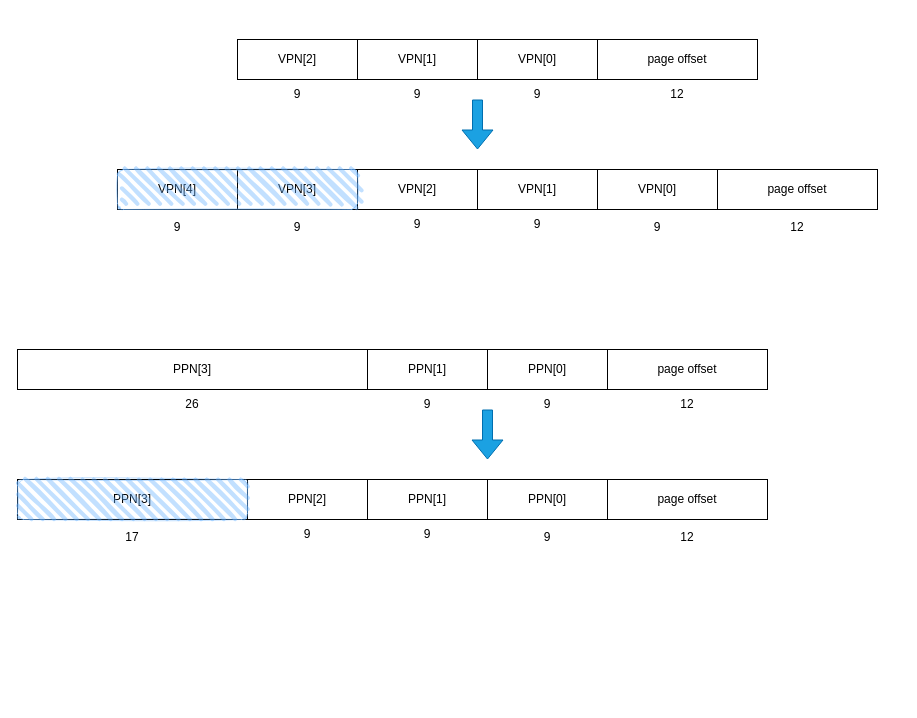
Earlier version of the draw.io diagram address.drawio (Ziyue-Zhang/virt-mem-drawing). Source tidied: cells renumbered, new cells numbered last; positions are measured from the earlier drawing's top-left corner, leaving out a move shared by most shapes. Both pictures are drawn from the tidied source at 100%, with x=0, y=0 at pixel (17, 39).
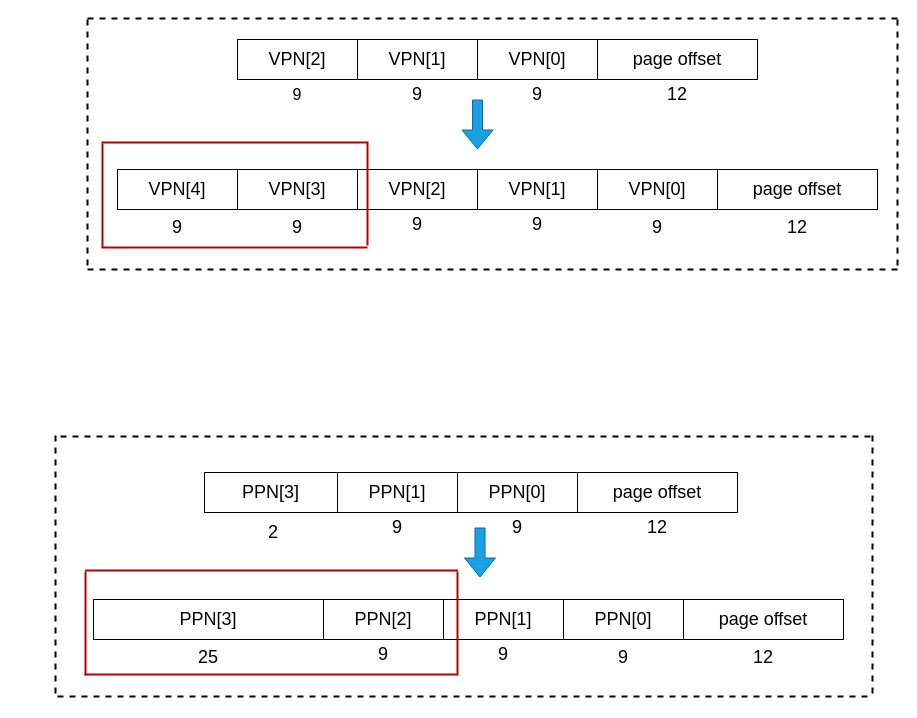
Above is the later version.

What changed in the source:
```diff
@@
-    <mxCell id="2" value="&lt;span&gt;VPN[2]&lt;/span&gt;" style="rounded=0;whiteSpace=wrap;html=1;" parent="1" vertex="1">
+    <mxCell id="2" value="&lt;span&gt;&lt;font style=&quot;font-size: 18px&quot;&gt;VPN[2]&lt;/font&gt;&lt;/span&gt;" style="rounded=0;whiteSpace=wrap;html=1;" parent="1" vertex="1">
       <mxGeometry x="220" width="120" height="40" as="geometry" />
     </mxCell>
-    <mxCell id="3" value="&lt;span&gt;VPN[1]&lt;/span&gt;" style="rounded=0;whiteSpace=wrap;html=1;" parent="1" vertex="1">
+    <mxCell id="3" value="&lt;span&gt;&lt;font style=&quot;font-size: 18px&quot;&gt;VPN[1]&lt;/font&gt;&lt;/span&gt;" style="rounded=0;whiteSpace=wrap;html=1;" parent="1" vertex="1">
       <mxGeometry x="340" width="120" height="40" as="geometry" />
     </mxCell>
-    <mxCell id="4" value="VPN[0]" style="rounded=0;whiteSpace=wrap;html=1;" parent="1" vertex="1">
+    <mxCell id="4" value="&lt;font style=&quot;font-size: 18px&quot;&gt;VPN[0]&lt;/font&gt;" style="rounded=0;whiteSpace=wrap;html=1;" parent="1" vertex="1">
       <mxGeometry x="460" width="120" height="40" as="geometry" />
     </mxCell>
-    <mxCell id="5" value="page offset" style="rounded=0;whiteSpace=wrap;html=1;" parent="1" vertex="1">
+    <mxCell id="5" value="&lt;font style=&quot;font-size: 18px&quot;&gt;page offset&lt;/font&gt;" style="rounded=0;whiteSpace=wrap;html=1;" parent="1" vertex="1">
       <mxGeometry x="580" width="160" height="40" as="geometry" />
     </mxCell>
-    <mxCell id="6" value="&lt;span&gt;VPN[4]&lt;/span&gt;" style="rounded=0;whiteSpace=wrap;html=1;" parent="1" vertex="1">
+    <mxCell id="6" value="&lt;span&gt;&lt;font style=&quot;font-size: 18px&quot;&gt;VPN[4]&lt;/font&gt;&lt;/span&gt;" style="rounded=0;whiteSpace=wrap;html=1;" parent="1" vertex="1">
       <mxGeometry x="100" y="130" width="120" height="40" as="geometry" />
     </mxCell>
-    <mxCell id="7" value="&lt;span&gt;VPN[3]&lt;/span&gt;" style="rounded=0;whiteSpace=wrap;html=1;" parent="1" vertex="1">
+    <mxCell id="7" value="&lt;span&gt;&lt;font style=&quot;font-size: 18px&quot;&gt;VPN[3]&lt;/font&gt;&lt;/span&gt;" style="rounded=0;whiteSpace=wrap;html=1;" parent="1" vertex="1">
       <mxGeometry x="220" y="130" width="120" height="40" as="geometry" />
     </mxCell>
-    <mxCell id="8" value="&lt;span&gt;VPN[2]&lt;/span&gt;" style="rounded=0;whiteSpace=wrap;html=1;" parent="1" vertex="1">
+    <mxCell id="8" value="&lt;span&gt;&lt;font style=&quot;font-size: 18px&quot;&gt;VPN[2]&lt;/font&gt;&lt;/span&gt;" style="rounded=0;whiteSpace=wrap;html=1;" parent="1" vertex="1">
       <mxGeometry x="340" y="130" width="120" height="40" as="geometry" />
     </mxCell>
-    <mxCell id="9" value="&lt;span&gt;VPN[1]&lt;/span&gt;" style="rounded=0;whiteSpace=wrap;html=1;" parent="1" vertex="1">
+    <mxCell id="9" value="&lt;span&gt;&lt;font style=&quot;font-size: 18px&quot;&gt;VPN[1]&lt;/font&gt;&lt;/span&gt;" style="rounded=0;whiteSpace=wrap;html=1;" parent="1" vertex="1">
       <mxGeometry x="460" y="130" width="120" height="40" as="geometry" />
     </mxCell>
-    <mxCell id="10" value="&lt;span&gt;VPN[0]&lt;/span&gt;" style="rounded=0;whiteSpace=wrap;html=1;" parent="1" vertex="1">
+    <mxCell id="10" value="&lt;span&gt;&lt;font style=&quot;font-size: 18px&quot;&gt;VPN[0]&lt;/font&gt;&lt;/span&gt;" style="rounded=0;whiteSpace=wrap;html=1;" parent="1" vertex="1">
       <mxGeometry x="580" y="130" width="120" height="40" as="geometry" />
     </mxCell>
-    <mxCell id="11" value="&lt;span&gt;page offset&lt;/span&gt;" style="rounded=0;whiteSpace=wrap;html=1;" parent="1" vertex="1">
+    <mxCell id="11" value="&lt;span&gt;&lt;font style=&quot;font-size: 18px&quot;&gt;page offset&lt;/font&gt;&lt;/span&gt;" style="rounded=0;whiteSpace=wrap;html=1;" parent="1" vertex="1">
       <mxGeometry x="700" y="130" width="160" height="40" as="geometry" />
     </mxCell>
@@
-    <mxCell id="13" style="rounded=1;whiteSpace=wrap;html=1;strokeWidth=1;fillWeight=4;hachureGap=8;hachureAngle=45;sketch=1;fontColor=#ffffff;opacity=40;strokeColor=#66B2FF;fillColor=#66B2FF;" parent="1" vertex="1">
-      <mxGeometry x="100" y="130" width="240" height="40" as="geometry" />
-    </mxCell>
-    <mxCell id="14" value="9" style="text;html=1;strokeColor=none;fillColor=none;align=center;verticalAlign=middle;whiteSpace=wrap;rounded=0;opacity=40;" parent="1" vertex="1">
+    <mxCell id="14" value="&lt;font style=&quot;font-size: 16px&quot;&gt;9&lt;/font&gt;" style="text;html=1;strokeColor=none;fillColor=none;align=center;verticalAlign=middle;whiteSpace=wrap;rounded=0;opacity=40;" parent="1" vertex="1">
       <mxGeometry x="260" y="45" width="40" height="20" as="geometry" />
     </mxCell>
-    <mxCell id="15" value="9" style="text;html=1;strokeColor=none;fillColor=none;align=center;verticalAlign=middle;whiteSpace=wrap;rounded=0;opacity=40;" parent="1" vertex="1">
+    <mxCell id="15" value="&lt;font style=&quot;font-size: 18px&quot;&gt;9&lt;/font&gt;" style="text;html=1;strokeColor=none;fillColor=none;align=center;verticalAlign=middle;whiteSpace=wrap;rounded=0;opacity=40;" parent="1" vertex="1">
       <mxGeometry x="380" y="45" width="40" height="20" as="geometry" />
     </mxCell>
-    <mxCell id="16" value="9" style="text;html=1;strokeColor=none;fillColor=none;align=center;verticalAlign=middle;whiteSpace=wrap;rounded=0;opacity=40;" parent="1" vertex="1">
+    <mxCell id="16" value="&lt;font style=&quot;font-size: 18px&quot;&gt;9&lt;/font&gt;" style="text;html=1;strokeColor=none;fillColor=none;align=center;verticalAlign=middle;whiteSpace=wrap;rounded=0;opacity=40;" parent="1" vertex="1">
       <mxGeometry x="140" y="178" width="40" height="20" as="geometry" />
     </mxCell>
-    <mxCell id="17" value="9" style="text;html=1;strokeColor=none;fillColor=none;align=center;verticalAlign=middle;whiteSpace=wrap;rounded=0;opacity=40;" parent="1" vertex="1">
+    <mxCell id="17" value="&lt;font style=&quot;font-size: 18px&quot;&gt;9&lt;/font&gt;" style="text;html=1;strokeColor=none;fillColor=none;align=center;verticalAlign=middle;whiteSpace=wrap;rounded=0;opacity=40;" parent="1" vertex="1">
       <mxGeometry x="260" y="178" width="40" height="20" as="geometry" />
     </mxCell>
-    <mxCell id="18" value="9" style="text;html=1;strokeColor=none;fillColor=none;align=center;verticalAlign=middle;whiteSpace=wrap;rounded=0;opacity=40;" parent="1" vertex="1">
+    <mxCell id="18" value="&lt;font style=&quot;font-size: 18px&quot;&gt;9&lt;/font&gt;" style="text;html=1;strokeColor=none;fillColor=none;align=center;verticalAlign=middle;whiteSpace=wrap;rounded=0;opacity=40;" parent="1" vertex="1">
       <mxGeometry x="380" y="175" width="40" height="20" as="geometry" />
     </mxCell>
-    <mxCell id="19" value="9" style="text;html=1;strokeColor=none;fillColor=none;align=center;verticalAlign=middle;whiteSpace=wrap;rounded=0;opacity=40;" parent="1" vertex="1">
+    <mxCell id="19" value="&lt;font style=&quot;font-size: 18px&quot;&gt;9&lt;/font&gt;" style="text;html=1;strokeColor=none;fillColor=none;align=center;verticalAlign=middle;whiteSpace=wrap;rounded=0;opacity=40;" parent="1" vertex="1">
       <mxGeometry x="500" y="175" width="40" height="20" as="geometry" />
     </mxCell>
-    <mxCell id="20" value="9" style="text;html=1;strokeColor=none;fillColor=none;align=center;verticalAlign=middle;whiteSpace=wrap;rounded=0;opacity=40;" parent="1" vertex="1">
+    <mxCell id="20" value="&lt;font style=&quot;font-size: 18px&quot;&gt;9&lt;/font&gt;" style="text;html=1;strokeColor=none;fillColor=none;align=center;verticalAlign=middle;whiteSpace=wrap;rounded=0;opacity=40;" parent="1" vertex="1">
       <mxGeometry x="500" y="45" width="40" height="20" as="geometry" />
     </mxCell>
-    <mxCell id="21" value="9" style="text;html=1;strokeColor=none;fillColor=none;align=center;verticalAlign=middle;whiteSpace=wrap;rounded=0;opacity=40;" parent="1" vertex="1">
+    <mxCell id="21" value="&lt;font style=&quot;font-size: 18px&quot;&gt;9&lt;/font&gt;" style="text;html=1;strokeColor=none;fillColor=none;align=center;verticalAlign=middle;whiteSpace=wrap;rounded=0;opacity=40;" parent="1" vertex="1">
       <mxGeometry x="620" y="178" width="40" height="20" as="geometry" />
     </mxCell>
-    <mxCell id="22" value="12" style="text;html=1;strokeColor=none;fillColor=none;align=center;verticalAlign=middle;whiteSpace=wrap;rounded=0;opacity=40;" parent="1" vertex="1">
+    <mxCell id="22" value="&lt;font style=&quot;font-size: 18px&quot;&gt;12&lt;/font&gt;" style="text;html=1;strokeColor=none;fillColor=none;align=center;verticalAlign=middle;whiteSpace=wrap;rounded=0;opacity=40;" parent="1" vertex="1">
       <mxGeometry x="760" y="178" width="40" height="20" as="geometry" />
     </mxCell>
-    <mxCell id="23" value="12" style="text;html=1;strokeColor=none;fillColor=none;align=center;verticalAlign=middle;whiteSpace=wrap;rounded=0;opacity=40;" parent="1" vertex="1">
+    <mxCell id="23" value="&lt;font style=&quot;font-size: 18px&quot;&gt;12&lt;/font&gt;" style="text;html=1;strokeColor=none;fillColor=none;align=center;verticalAlign=middle;whiteSpace=wrap;rounded=0;opacity=40;" parent="1" vertex="1">
       <mxGeometry x="640" y="45" width="40" height="20" as="geometry" />
     </mxCell>
-    <mxCell id="24" value="&lt;span&gt;PPN[3]&lt;/span&gt;" style="rounded=0;whiteSpace=wrap;html=1;" parent="1" vertex="1">
-      <mxGeometry y="310" width="350" height="40" as="geometry" />
+    <mxCell id="24" value="&lt;span&gt;&lt;font style=&quot;font-size: 18px&quot;&gt;PPN[3]&lt;/font&gt;&lt;/span&gt;" style="rounded=0;whiteSpace=wrap;html=1;" parent="1" vertex="1">
+      <mxGeometry x="187" y="433" width="133" height="40" as="geometry" />
     </mxCell>
-    <mxCell id="25" value="&lt;span&gt;PPN[1]&lt;/span&gt;" style="rounded=0;whiteSpace=wrap;html=1;" parent="1" vertex="1">
-      <mxGeometry x="350" y="310" width="120" height="40" as="geometry" />
+    <mxCell id="25" value="&lt;span&gt;&lt;font style=&quot;font-size: 18px&quot;&gt;PPN[1]&lt;/font&gt;&lt;/span&gt;" style="rounded=0;whiteSpace=wrap;html=1;" parent="1" vertex="1">
+      <mxGeometry x="320" y="433" width="120" height="40" as="geometry" />
     </mxCell>
-    <mxCell id="26" value="PPN[0]" style="rounded=0;whiteSpace=wrap;html=1;" parent="1" vertex="1">
-      <mxGeometry x="470" y="310" width="120" height="40" as="geometry" />
+    <mxCell id="26" value="&lt;font style=&quot;font-size: 18px&quot;&gt;PPN[0]&lt;/font&gt;" style="rounded=0;whiteSpace=wrap;html=1;" parent="1" vertex="1">
+      <mxGeometry x="440" y="433" width="120" height="40" as="geometry" />
     </mxCell>
-    <mxCell id="27" value="page offset" style="rounded=0;whiteSpace=wrap;html=1;" parent="1" vertex="1">
-      <mxGeometry x="590" y="310" width="160" height="40" as="geometry" />
+    <mxCell id="27" value="&lt;font style=&quot;font-size: 18px&quot;&gt;page offset&lt;/font&gt;" style="rounded=0;whiteSpace=wrap;html=1;" parent="1" vertex="1">
+      <mxGeometry x="560" y="433" width="160" height="40" as="geometry" />
     </mxCell>
-    <mxCell id="28" value="&lt;span&gt;PPN[3]&lt;/span&gt;" style="rounded=0;whiteSpace=wrap;html=1;" parent="1" vertex="1">
-      <mxGeometry y="440" width="230" height="40" as="geometry" />
+    <mxCell id="28" value="&lt;span&gt;&lt;font style=&quot;font-size: 18px&quot;&gt;PPN[3]&lt;/font&gt;&lt;/span&gt;" style="rounded=0;whiteSpace=wrap;html=1;" parent="1" vertex="1">
+      <mxGeometry x="76" y="560" width="230" height="40" as="geometry" />
     </mxCell>
-    <mxCell id="29" value="&lt;span&gt;PPN[2]&lt;/span&gt;" style="rounded=0;whiteSpace=wrap;html=1;" parent="1" vertex="1">
-      <mxGeometry x="230" y="440" width="120" height="40" as="geometry" />
+    <mxCell id="29" value="&lt;span&gt;&lt;font style=&quot;font-size: 18px&quot;&gt;PPN[2]&lt;/font&gt;&lt;/span&gt;" style="rounded=0;whiteSpace=wrap;html=1;" parent="1" vertex="1">
+      <mxGeometry x="306" y="560" width="120" height="40" as="geometry" />
     </mxCell>
-    <mxCell id="30" value="&lt;span&gt;PPN[1]&lt;/span&gt;" style="rounded=0;whiteSpace=wrap;html=1;" parent="1" vertex="1">
-      <mxGeometry x="350" y="440" width="120" height="40" as="geometry" />
+    <mxCell id="30" value="&lt;span&gt;&lt;font style=&quot;font-size: 18px&quot;&gt;PPN[1]&lt;/font&gt;&lt;/span&gt;" style="rounded=0;whiteSpace=wrap;html=1;" parent="1" vertex="1">
+      <mxGeometry x="426" y="560" width="120" height="40" as="geometry" />
     </mxCell>
-    <mxCell id="31" value="&lt;span&gt;PPN[0]&lt;/span&gt;" style="rounded=0;whiteSpace=wrap;html=1;" parent="1" vertex="1">
-      <mxGeometry x="470" y="440" width="120" height="40" as="geometry" />
+    <mxCell id="31" value="&lt;span&gt;&lt;font style=&quot;font-size: 18px&quot;&gt;PPN[0]&lt;/font&gt;&lt;/span&gt;" style="rounded=0;whiteSpace=wrap;html=1;" parent="1" vertex="1">
+      <mxGeometry x="546" y="560" width="120" height="40" as="geometry" />
     </mxCell>
-    <mxCell id="32" value="&lt;span&gt;page offset&lt;/span&gt;" style="rounded=0;whiteSpace=wrap;html=1;" parent="1" vertex="1">
-      <mxGeometry x="590" y="440" width="160" height="40" as="geometry" />
+    <mxCell id="32" value="&lt;span&gt;&lt;font style=&quot;font-size: 18px&quot;&gt;page offset&lt;/font&gt;&lt;/span&gt;" style="rounded=0;whiteSpace=wrap;html=1;" parent="1" vertex="1">
+      <mxGeometry x="666" y="560" width="160" height="40" as="geometry" />
     </mxCell>
     <mxCell id="33" style="shape=flexArrow;endArrow=classic;html=1;fillColor=#1ba1e2;strokeColor=#006EAF;" parent="1" edge="1">
       <mxGeometry relative="1" as="geometry">
-        <mxPoint x="470" y="370" as="sourcePoint" />
-        <mxPoint x="470" y="420" as="targetPoint" />
+        <mxPoint x="462.5" y="488" as="sourcePoint" />
+        <mxPoint x="462.5" y="538" as="targetPoint" />
       </mxGeometry>
     </mxCell>
-    <mxCell id="34" style="rounded=1;whiteSpace=wrap;html=1;strokeWidth=1;fillWeight=4;hachureGap=8;hachureAngle=45;sketch=1;fontColor=#ffffff;opacity=40;strokeColor=#66B2FF;fillColor=#66B2FF;" parent="1" vertex="1">
-      <mxGeometry y="440" width="230" height="40" as="geometry" />
-    </mxCell>
-    <mxCell id="35" value="26" style="text;html=1;strokeColor=none;fillColor=none;align=center;verticalAlign=middle;whiteSpace=wrap;rounded=0;opacity=40;" parent="1" vertex="1">
-      <mxGeometry x="155" y="355" width="40" height="20" as="geometry" />
+    <mxCell id="35" value="&lt;font style=&quot;font-size: 18px&quot;&gt;2&lt;/font&gt;" style="text;html=1;strokeColor=none;fillColor=none;align=center;verticalAlign=middle;whiteSpace=wrap;rounded=0;opacity=40;" parent="1" vertex="1">
+      <mxGeometry x="236" y="483" width="40" height="20" as="geometry" />
     </mxCell>
-    <mxCell id="36" value="9" style="text;html=1;strokeColor=none;fillColor=none;align=center;verticalAlign=middle;whiteSpace=wrap;rounded=0;opacity=40;" parent="1" vertex="1">
-      <mxGeometry x="390" y="355" width="40" height="20" as="geometry" />
+    <mxCell id="36" value="&lt;font style=&quot;font-size: 18px&quot;&gt;9&lt;/font&gt;" style="text;html=1;strokeColor=none;fillColor=none;align=center;verticalAlign=middle;whiteSpace=wrap;rounded=0;opacity=40;" parent="1" vertex="1">
+      <mxGeometry x="360" y="478" width="40" height="20" as="geometry" />
     </mxCell>
-    <mxCell id="37" value="17" style="text;html=1;strokeColor=none;fillColor=none;align=center;verticalAlign=middle;whiteSpace=wrap;rounded=0;opacity=40;" parent="1" vertex="1">
-      <mxGeometry x="95" y="488" width="40" height="20" as="geometry" />
+    <mxCell id="37" value="&lt;font style=&quot;font-size: 18px&quot;&gt;25&lt;/font&gt;" style="text;html=1;strokeColor=none;fillColor=none;align=center;verticalAlign=middle;whiteSpace=wrap;rounded=0;opacity=40;" parent="1" vertex="1">
+      <mxGeometry x="171" y="608" width="40" height="20" as="geometry" />
     </mxCell>
-    <mxCell id="38" value="9" style="text;html=1;strokeColor=none;fillColor=none;align=center;verticalAlign=middle;whiteSpace=wrap;rounded=0;opacity=40;" parent="1" vertex="1">
-      <mxGeometry x="270" y="485" width="40" height="20" as="geometry" />
+    <mxCell id="38" value="&lt;font style=&quot;font-size: 18px&quot;&gt;9&lt;/font&gt;" style="text;html=1;strokeColor=none;fillColor=none;align=center;verticalAlign=middle;whiteSpace=wrap;rounded=0;opacity=40;" parent="1" vertex="1">
+      <mxGeometry x="346" y="605" width="40" height="20" as="geometry" />
     </mxCell>
-    <mxCell id="39" value="9" style="text;html=1;strokeColor=none;fillColor=none;align=center;verticalAlign=middle;whiteSpace=wrap;rounded=0;opacity=40;" parent="1" vertex="1">
-      <mxGeometry x="390" y="485" width="40" height="20" as="geometry" />
+    <mxCell id="39" value="&lt;font style=&quot;font-size: 18px&quot;&gt;9&lt;/font&gt;" style="text;html=1;strokeColor=none;fillColor=none;align=center;verticalAlign=middle;whiteSpace=wrap;rounded=0;opacity=40;" parent="1" vertex="1">
+      <mxGeometry x="466" y="605" width="40" height="20" as="geometry" />
     </mxCell>
-    <mxCell id="40" value="9" style="text;html=1;strokeColor=none;fillColor=none;align=center;verticalAlign=middle;whiteSpace=wrap;rounded=0;opacity=40;" parent="1" vertex="1">
-      <mxGeometry x="510" y="355" width="40" height="20" as="geometry" />
+    <mxCell id="40" value="&lt;font style=&quot;font-size: 18px&quot;&gt;9&lt;/font&gt;" style="text;html=1;strokeColor=none;fillColor=none;align=center;verticalAlign=middle;whiteSpace=wrap;rounded=0;opacity=40;" parent="1" vertex="1">
+      <mxGeometry x="480" y="478" width="40" height="20" as="geometry" />
     </mxCell>
-    <mxCell id="41" value="9" style="text;html=1;strokeColor=none;fillColor=none;align=center;verticalAlign=middle;whiteSpace=wrap;rounded=0;opacity=40;" parent="1" vertex="1">
-      <mxGeometry x="510" y="488" width="40" height="20" as="geometry" />
+    <mxCell id="41" value="&lt;font style=&quot;font-size: 18px&quot;&gt;9&lt;/font&gt;" style="text;html=1;strokeColor=none;fillColor=none;align=center;verticalAlign=middle;whiteSpace=wrap;rounded=0;opacity=40;" parent="1" vertex="1">
+      <mxGeometry x="586" y="608" width="40" height="20" as="geometry" />
     </mxCell>
-    <mxCell id="42" value="12" style="text;html=1;strokeColor=none;fillColor=none;align=center;verticalAlign=middle;whiteSpace=wrap;rounded=0;opacity=40;" parent="1" vertex="1">
-      <mxGeometry x="650" y="488" width="40" height="20" as="geometry" />
+    <mxCell id="42" value="&lt;font style=&quot;font-size: 18px&quot;&gt;12&lt;/font&gt;" style="text;html=1;strokeColor=none;fillColor=none;align=center;verticalAlign=middle;whiteSpace=wrap;rounded=0;opacity=40;" parent="1" vertex="1">
+      <mxGeometry x="726" y="608" width="40" height="20" as="geometry" />
     </mxCell>
-    <mxCell id="43" value="12" style="text;html=1;strokeColor=none;fillColor=none;align=center;verticalAlign=middle;whiteSpace=wrap;rounded=0;opacity=40;" parent="1" vertex="1">
-      <mxGeometry x="650" y="355" width="40" height="20" as="geometry" />
+    <mxCell id="43" value="&lt;font style=&quot;font-size: 18px&quot;&gt;12&lt;/font&gt;" style="text;html=1;strokeColor=none;fillColor=none;align=center;verticalAlign=middle;whiteSpace=wrap;rounded=0;opacity=40;" parent="1" vertex="1">
+      <mxGeometry x="620" y="478" width="40" height="20" as="geometry" />
     </mxCell>
+    <mxCell id="44" style="endArrow=none;html=1;strokeWidth=2;fillColor=#e51400;strokeColor=#B20000;" parent="1" edge="1">
+      <mxGeometry relative="1" as="geometry">
+        <mxPoint x="84" y="208" as="sourcePoint" />
+        <mxPoint x="350" y="208" as="targetPoint" />
+      </mxGeometry>
+    </mxCell>
+    <mxCell id="45" style="endArrow=none;html=1;strokeWidth=2;fillColor=#e51400;strokeColor=#B20000;" parent="1" edge="1">
+      <mxGeometry relative="1" as="geometry">
+        <mxPoint x="84" y="103" as="sourcePoint" />
+        <mxPoint x="350" y="103" as="targetPoint" />
+      </mxGeometry>
+    </mxCell>
+    <mxCell id="46" style="endArrow=none;html=1;strokeWidth=2;fillColor=#e51400;strokeColor=#B20000;" parent="1" edge="1">
+      <mxGeometry relative="1" as="geometry">
+        <mxPoint x="350" y="206" as="sourcePoint" />
+        <mxPoint x="350" y="102" as="targetPoint" />
+      </mxGeometry>
+    </mxCell>
+    <mxCell id="47" style="endArrow=none;html=1;strokeWidth=2;fillColor=#e51400;strokeColor=#B20000;" parent="1" edge="1">
+      <mxGeometry relative="1" as="geometry">
+        <mxPoint x="85" y="208" as="sourcePoint" />
+        <mxPoint x="85" y="104" as="targetPoint" />
+      </mxGeometry>
+    </mxCell>
+    <mxCell id="48" style="endArrow=none;dashed=1;html=1;strokeWidth=2;" parent="1" edge="1">
+      <mxGeometry relative="1" as="geometry">
+        <mxPoint x="70" y="230" as="sourcePoint" />
+        <mxPoint x="881" y="230" as="targetPoint" />
+      </mxGeometry>
+    </mxCell>
+    <mxCell id="49" style="endArrow=none;dashed=1;html=1;strokeWidth=2;" parent="1" edge="1">
+      <mxGeometry relative="1" as="geometry">
+        <mxPoint x="70" y="-21" as="sourcePoint" />
+        <mxPoint x="881" y="-21" as="targetPoint" />
+      </mxGeometry>
+    </mxCell>
+    <mxCell id="50" style="endArrow=none;dashed=1;html=1;strokeWidth=2;" parent="1" edge="1">
+      <mxGeometry relative="1" as="geometry">
+        <mxPoint x="70" y="-20" as="sourcePoint" />
+        <mxPoint x="70" y="230" as="targetPoint" />
+      </mxGeometry>
+    </mxCell>
+    <mxCell id="51" style="endArrow=none;dashed=1;html=1;strokeWidth=2;" parent="1" edge="1">
+      <mxGeometry relative="1" as="geometry">
+        <mxPoint x="880" y="-20" as="sourcePoint" />
+        <mxPoint x="880" y="230" as="targetPoint" />
+      </mxGeometry>
+    </mxCell>
+    <mxCell id="52" style="endArrow=none;dashed=1;html=1;strokeWidth=2;" parent="1" edge="1">
+      <mxGeometry relative="1" as="geometry">
+        <mxPoint x="43" y="397" as="sourcePoint" />
+        <mxPoint x="854" y="397" as="targetPoint" />
+      </mxGeometry>
+    </mxCell>
+    <mxCell id="53" style="endArrow=none;dashed=1;html=1;strokeWidth=2;" parent="1" edge="1">
+      <mxGeometry relative="1" as="geometry">
+        <mxPoint x="40" y="657" as="sourcePoint" />
+        <mxPoint x="851" y="657" as="targetPoint" />
+      </mxGeometry>
+    </mxCell>
+    <mxCell id="54" style="endArrow=none;html=1;strokeWidth=2;fillColor=#e51400;strokeColor=#B20000;" parent="1" edge="1">
+      <mxGeometry relative="1" as="geometry">
+        <mxPoint x="67.5" y="531" as="sourcePoint" />
+        <mxPoint x="440.5" y="531" as="targetPoint" />
+      </mxGeometry>
+    </mxCell>
+    <mxCell id="55" style="endArrow=none;html=1;strokeWidth=2;fillColor=#e51400;strokeColor=#B20000;" parent="1" edge="1">
+      <mxGeometry relative="1" as="geometry">
+        <mxPoint x="67" y="635" as="sourcePoint" />
+        <mxPoint x="440" y="635" as="targetPoint" />
+      </mxGeometry>
+    </mxCell>
+    <mxCell id="56" style="endArrow=none;html=1;strokeWidth=2;fillColor=#e51400;strokeColor=#B20000;" parent="1" edge="1">
+      <mxGeometry relative="1" as="geometry">
+        <mxPoint x="68" y="636" as="sourcePoint" />
+        <mxPoint x="68" y="532" as="targetPoint" />
+      </mxGeometry>
+    </mxCell>
+    <mxCell id="57" style="endArrow=none;html=1;strokeWidth=2;fillColor=#e51400;strokeColor=#B20000;" parent="1" edge="1">
+      <mxGeometry relative="1" as="geometry">
+        <mxPoint x="440" y="636" as="sourcePoint" />
+        <mxPoint x="440" y="532" as="targetPoint" />
+      </mxGeometry>
+    </mxCell>
+    <mxCell id="58" style="endArrow=none;dashed=1;html=1;strokeWidth=2;" parent="1" edge="1">
+      <mxGeometry relative="1" as="geometry">
+        <mxPoint x="38" y="396" as="sourcePoint" />
+        <mxPoint x="38" y="660" as="targetPoint" />
+      </mxGeometry>
+    </mxCell>
+    <mxCell id="59" style="endArrow=none;dashed=1;html=1;strokeWidth=2;" parent="1" edge="1">
+      <mxGeometry relative="1" as="geometry">
+        <mxPoint x="855" y="396" as="sourcePoint" />
+        <mxPoint x="855" y="660" as="targetPoint" />
+      </mxGeometry>
+    </mxCell>
```
